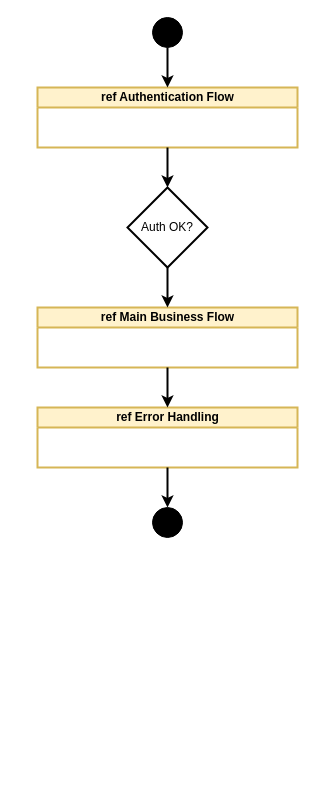
piyushmakhija28/countdown-lockscreen-challenge keeps this draw.io diagram as drawio/interaction_diagram.drawio. Above is the earlier version. Source tidied: cells renumbered, new cells numbered last; positions are measured from the earlier drawing's top-left corner, leaving out a move shared by most shapes. Both pictures are drawn from the tidied source at 100%, with x=0, y=0 at pixel (37, 17).
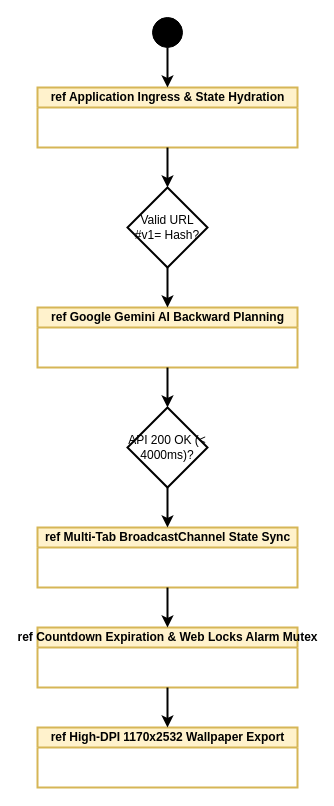
The same page after the edit.

What changed in the source:
```diff
@@
 <mxGraphModel>
   <root>
     <mxCell id="0" />
     <mxCell id="1" parent="0" />
     <mxCell id="2" style="ellipse;html=1;strokeColor=#000000;fillColor=#000000;" parent="1" vertex="1">
       <mxGeometry x="115" width="30" height="30" as="geometry" />
     </mxCell>
-    <mxCell id="3" value="ref&amp;#xa;Authentication Flow" style="swimlane;fontStyle=1;startSize=20;html=1;fillColor=#FFF2CC;strokeColor=#D6B656;strokeWidth=2;" parent="1" vertex="1">
+    <mxCell id="3" value="ref&amp;#xa;Application Ingress &amp; State Hydration" style="swimlane;fontStyle=1;startSize=20;html=1;fillColor=#FFF2CC;strokeColor=#D6B656;strokeWidth=2;" parent="1" vertex="1">
       <mxGeometry y="70" width="260" height="60" as="geometry" />
     </mxCell>
     <mxCell id="4" style="endArrow=classic;html=1;strokeColor=#000000;strokeWidth=2;edgeStyle=orthogonalEdgeStyle;" parent="1" edge="1" source="2" target="3">
       <mxGeometry relative="1" as="geometry" />
     </mxCell>
-    <mxCell id="5" value="Auth OK?" style="rhombus;html=1;strokeColor=#000000;strokeWidth=2;fillColor=#FFFFFF;perimeter=rhombusPerimeter;whiteSpace=wrap;" parent="1" vertex="1">
+    <mxCell id="5" value="Valid URL #v1= Hash?" style="rhombus;html=1;strokeColor=#000000;strokeWidth=2;fillColor=#FFFFFF;perimeter=rhombusPerimeter;whiteSpace=wrap;" parent="1" vertex="1">
       <mxGeometry x="90" y="170" width="80" height="80" as="geometry" />
     </mxCell>
     <mxCell id="6" style="endArrow=classic;html=1;strokeColor=#000000;strokeWidth=2;edgeStyle=orthogonalEdgeStyle;" parent="1" edge="1" source="3" target="5">
       <mxGeometry relative="1" as="geometry" />
     </mxCell>
-    <mxCell id="7" value="ref&amp;#xa;Main Business Flow" style="swimlane;fontStyle=1;startSize=20;html=1;fillColor=#FFF2CC;strokeColor=#D6B656;strokeWidth=2;" parent="1" vertex="1">
+    <mxCell id="7" value="ref&amp;#xa;Google Gemini AI Backward Planning" style="swimlane;fontStyle=1;startSize=20;html=1;fillColor=#FFF2CC;strokeColor=#D6B656;strokeWidth=2;" parent="1" vertex="1">
       <mxGeometry y="290" width="260" height="60" as="geometry" />
     </mxCell>
     <mxCell id="8" style="endArrow=classic;html=1;strokeColor=#000000;strokeWidth=2;edgeStyle=orthogonalEdgeStyle;" parent="1" edge="1" source="5" target="7">
       <mxGeometry relative="1" as="geometry" />
     </mxCell>
-    <mxCell id="9" value="ref&amp;#xa;Error Handling" style="swimlane;fontStyle=1;startSize=20;html=1;fillColor=#FFF2CC;strokeColor=#D6B656;strokeWidth=2;" parent="1" vertex="1">
-      <mxGeometry y="390" width="260" height="60" as="geometry" />
+    <mxCell id="9" value="API 200 OK (&lt; 4000ms)?" style="rhombus;html=1;strokeColor=#000000;strokeWidth=2;fillColor=#FFFFFF;perimeter=rhombusPerimeter;whiteSpace=wrap;" parent="1" vertex="1">
+      <mxGeometry x="90" y="390" width="80" height="80" as="geometry" />
     </mxCell>
     <mxCell id="10" style="endArrow=classic;html=1;strokeColor=#000000;strokeWidth=2;edgeStyle=orthogonalEdgeStyle;" parent="1" edge="1" source="7" target="9">
       <mxGeometry relative="1" as="geometry" />
     </mxCell>
-    <mxCell id="11" style="shape=doubleEllipse;html=1;strokeColor=#000000;fillColor=#000000;" parent="1" vertex="1">
-      <mxGeometry x="115" y="490" width="30" height="30" as="geometry" />
+    <mxCell id="11" value="ref&amp;#xa;Multi-Tab BroadcastChannel State Sync" style="swimlane;fontStyle=1;startSize=20;html=1;fillColor=#FFF2CC;strokeColor=#D6B656;strokeWidth=2;" parent="1" vertex="1">
+      <mxGeometry y="510" width="260" height="60" as="geometry" />
     </mxCell>
     <mxCell id="12" style="endArrow=classic;html=1;strokeColor=#000000;strokeWidth=2;edgeStyle=orthogonalEdgeStyle;" parent="1" edge="1" source="9" target="11">
       <mxGeometry relative="1" as="geometry" />
     </mxCell>
+    <mxCell id="13" value="ref&amp;#xa;Countdown Expiration &amp; Web Locks Alarm Mutex" style="swimlane;fontStyle=1;startSize=20;html=1;fillColor=#FFF2CC;strokeColor=#D6B656;strokeWidth=2;" parent="1" vertex="1">
+      <mxGeometry y="610" width="260" height="60" as="geometry" />
+    </mxCell>
+    <mxCell id="14" style="endArrow=classic;html=1;strokeColor=#000000;strokeWidth=2;edgeStyle=orthogonalEdgeStyle;" parent="1" edge="1" source="11" target="13">
+      <mxGeometry relative="1" as="geometry" />
+    </mxCell>
+    <mxCell id="15" value="ref&amp;#xa;High-DPI 1170x2532 Wallpaper Export" style="swimlane;fontStyle=1;startSize=20;html=1;fillColor=#FFF2CC;strokeColor=#D6B656;strokeWidth=2;" parent="1" vertex="1">
+      <mxGeometry y="710" width="260" height="60" as="geometry" />
+    </mxCell>
+    <mxCell id="16" style="endArrow=classic;html=1;strokeColor=#000000;strokeWidth=2;edgeStyle=orthogonalEdgeStyle;" parent="1" edge="1" source="13" target="15">
+      <mxGeometry relative="1" as="geometry" />
+    </mxCell>
   </root>
 </mxGraphModel>
```
